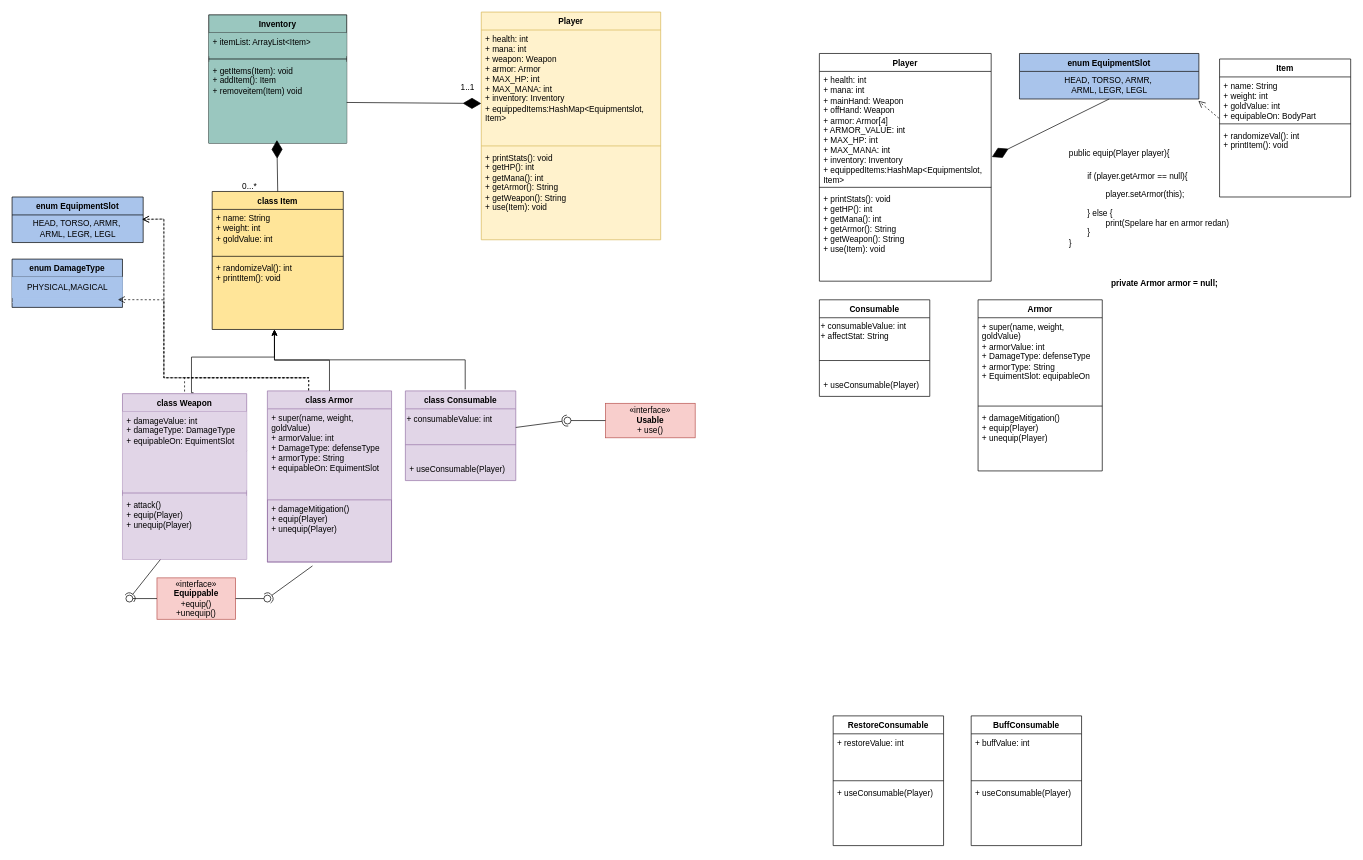
Earlier version of the draw.io diagram .idea/ooad-uml-diagram.drawio (PelleHanspers/ooad-individuell-uppgift-pellehanspers). Source tidied: cells renumbered, new cells numbered last; positions are measured from the earlier drawing's top-left corner, leaving out a move shared by most shapes. Both pictures are drawn from the tidied source at 69%, with x=0, y=0 at pixel (12, 12).
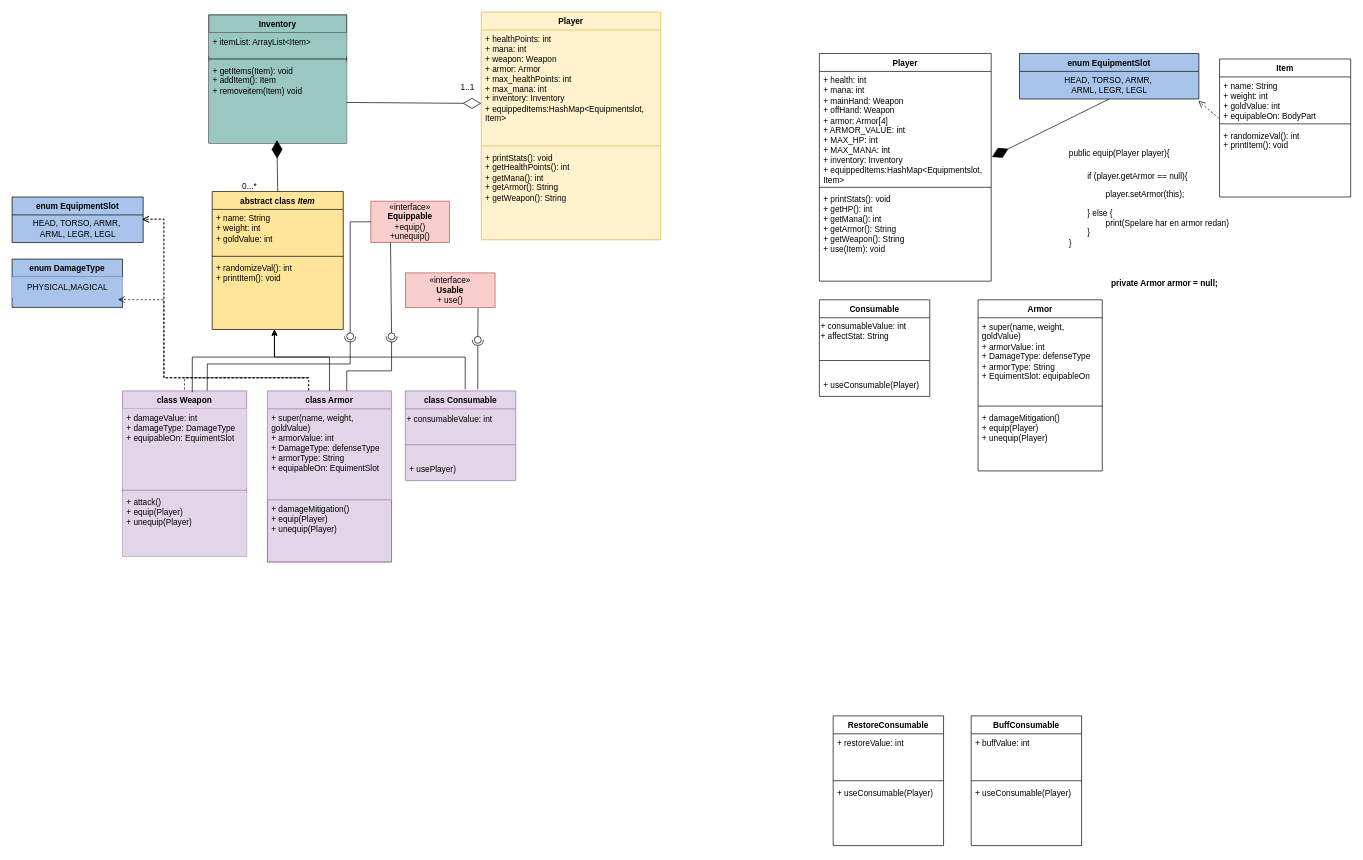
After the change.

The change refers to these unchanged cells:
```xml
<mxCell id="5" value="&lt;div&gt;&lt;span style=&quot;background-color: initial; color: rgb(0, 0, 0); --darkreader-inline-bgcolor: initial; --darkreader-inline-color: #e8e6e3;&quot;&gt;+ getItems(Item): void&lt;/span&gt;&lt;br&gt;&lt;/div&gt;&lt;div&gt;+ addItem(): Item&lt;br&gt;&lt;/div&gt;&lt;div&gt;+ removeitem(Item) void&lt;br&gt;&lt;/div&gt;" style="text;strokeColor=none;fillColor=#9AC7BF;align=left;verticalAlign=top;spacingLeft=4;spacingRight=4;overflow=hidden;points=[[0,0.5],[1,0.5]];portConstraint=eastwest;whiteSpace=wrap;html=1;" parent="2" vertex="1">
  <mxGeometry y="68" width="200" height="118" as="geometry" />
</mxCell>
<mxCell id="9" value="&lt;div&gt;+ randomizeVal(): int&lt;/div&gt;&lt;div&gt;+ printItem(): void&lt;/div&gt;" style="text;strokeColor=none;fillColor=none;align=left;verticalAlign=top;spacingLeft=4;spacingRight=4;overflow=hidden;points=[[0,0.5],[1,0.5]];portConstraint=eastwest;whiteSpace=wrap;html=1;" parent="6" vertex="1">
  <mxGeometry y="98" width="190" height="102" as="geometry" />
</mxCell>
<mxCell id="10" value="class Armor" style="swimlane;fontStyle=1;align=center;verticalAlign=top;horizontal=1;startSize=26;whiteSpace=wrap;html=1;fillColor=#e1d5e7;strokeColor=#9673a6;swimlaneFillColor=#E1D5E7;" parent="1" vertex="1">
  <mxGeometry x="370" y="549" width="180" height="248" as="geometry" />
</mxCell>
<mxCell id="13" value="&lt;div&gt;+ damageMitigation()&lt;br&gt;&lt;/div&gt;&lt;div&gt;&lt;div&gt;+ equip(Player)&lt;/div&gt;&lt;div&gt;+ unequip(Player)&lt;/div&gt;&lt;/div&gt;" style="text;strokeColor=#9673A6;fillColor=none;align=left;verticalAlign=top;spacingLeft=4;spacingRight=4;overflow=hidden;points=[[0,0.5],[1,0.5]];portConstraint=eastwest;whiteSpace=wrap;html=1;" parent="10" vertex="1">
  <mxGeometry y="158" width="180" height="90" as="geometry" />
</mxCell>
<mxCell id="14" value="class Consumable" style="swimlane;fontStyle=1;align=center;verticalAlign=top;horizontal=1;startSize=26;whiteSpace=wrap;html=1;fillColor=#e1d5e7;strokeColor=#9673a6;swimlaneFillColor=#E1D5E7;" parent="1" vertex="1">
  <mxGeometry x="570" y="549" width="160" height="130" as="geometry" />
</mxCell>
<mxCell id="40" value="&lt;div&gt;+ damageValue: int&lt;/div&gt;&lt;div&gt;+ damageType: DamageType&lt;/div&gt;&lt;div&gt;+ equipableOn: EquimentSlot&lt;br&gt;&lt;/div&gt;&lt;div&gt;&lt;br&gt;&lt;/div&gt;" style="text;strokeColor=none;fillColor=#E1D5E7;align=left;verticalAlign=top;spacingLeft=4;spacingRight=4;overflow=hidden;points=[[0,0.5],[1,0.5]];portConstraint=eastwest;whiteSpace=wrap;html=1;" parent="39" vertex="1">
  <mxGeometry y="26" width="180" height="114" as="geometry" />
</mxCell>
<mxCell id="43" value="Player" style="swimlane;fontStyle=1;align=center;verticalAlign=top;horizontal=1;startSize=26;whiteSpace=wrap;html=1;fillColor=#fff2cc;strokeColor=#d6b656;swimlaneFillColor=#FFF2CC;" parent="1" vertex="1">
  <mxGeometry x="680" width="260" height="330" as="geometry" />
</mxCell>
<mxCell id="79" value="&lt;div align=&quot;center&quot;&gt;HEAD, TORSO, ARMR,&amp;nbsp;&lt;/div&gt;&lt;div align=&quot;center&quot;&gt;ARML, LEGR, LEGL&lt;/div&gt;" style="text;html=1;align=center;verticalAlign=middle;points=[];strokeColor=none;fillColor=none;" parent="78" vertex="1">
  <mxGeometry y="26" width="190" height="40" as="geometry" />
</mxCell>
```

The edit, as a diff of the source:
```diff
@@
-    <mxCell id="6" value="class Item" style="swimlane;fontStyle=1;align=center;verticalAlign=top;horizontal=1;startSize=26;whiteSpace=wrap;html=1;fillColor=#FFE599;swimlaneFillColor=#FFE599;" parent="1" vertex="1">
+    <mxCell id="6" value="abstract class &lt;i&gt;Item&lt;/i&gt;" style="swimlane;fontStyle=1;align=center;verticalAlign=top;horizontal=1;startSize=26;whiteSpace=wrap;html=1;fillColor=#FFE599;swimlaneFillColor=#FFE599;" parent="1" vertex="1">
       <mxGeometry x="290" y="260" width="190" height="200" as="geometry" />
     </mxCell>
@@
-    <mxCell id="17" value="+ useConsumable(Player)" style="text;strokeColor=none;fillColor=none;align=left;verticalAlign=top;spacingLeft=4;spacingRight=4;overflow=hidden;whiteSpace=wrap;html=1;" parent="14" vertex="1">
+    <mxCell id="17" value="+ usePlayer)" style="text;strokeColor=none;fillColor=none;align=left;verticalAlign=top;spacingLeft=4;spacingRight=4;overflow=hidden;whiteSpace=wrap;html=1;" parent="14" vertex="1">
       <mxGeometry y="100" width="160" height="30" as="geometry" />
     </mxCell>
     <mxCell id="18" value="«interface»&lt;br&gt;&lt;b&gt;Equippable&lt;/b&gt;&lt;div&gt;+equip()&lt;/div&gt;&lt;div&gt;+unequip()&lt;/div&gt;" style="html=1;whiteSpace=wrap;fillColor=#f8cecc;strokeColor=#b85450;" parent="1" vertex="1">
-      <mxGeometry x="210" y="820" width="114" height="60" as="geometry" />
+      <mxGeometry x="520" y="274" width="114" height="60" as="geometry" />
     </mxCell>
     <mxCell id="19" value="«interface»&lt;br&gt;&lt;div&gt;&lt;b&gt;Usable&lt;br&gt;&lt;/b&gt;&lt;/div&gt;&lt;div&gt;+ use()&lt;/div&gt;" style="html=1;whiteSpace=wrap;fillColor=#f8cecc;strokeColor=#b85450;" parent="1" vertex="1">
-      <mxGeometry x="860" y="567" width="130" height="50" as="geometry" />
+      <mxGeometry x="570" y="378" width="130" height="50" as="geometry" />
     </mxCell>
     <mxCell id="20" style="edgeStyle=orthogonalEdgeStyle;rounded=0;jettySize=auto;html=1;entryX=0.475;entryY=1.004;entryDx=0;entryDy=0;entryPerimeter=0;" parent="1" edge="1" source="10" target="9">
-      <mxGeometry relative="1" as="geometry" />
+      <mxGeometry relative="1" as="geometry">
+        <Array as="points">
+          <mxPoint x="460" y="500" />
+          <mxPoint x="380" y="500" />
+        </Array>
+      </mxGeometry>
     </mxCell>
@@
-    <mxCell id="22" style="rounded=0;jettySize=auto;html=1;endArrow=halfCircle;endFill=0;endSize=6;strokeWidth=1;sketch=0;exitX=1;exitY=0.5;exitDx=0;exitDy=0;entryX=0.129;entryY=0.643;entryDx=0;entryDy=0;entryPerimeter=0;" parent="1" edge="1" target="24">
-      <mxGeometry relative="1" as="geometry">
-        <mxPoint x="730" y="602" as="sourcePoint" />
-      </mxGeometry>
+    <mxCell id="22" style="rounded=0;jettySize=auto;html=1;endArrow=halfCircle;endFill=0;endSize=6;strokeWidth=1;sketch=0;exitX=0.656;exitY=-0.017;exitDx=0;exitDy=0;entryX=0.129;entryY=0.643;entryDx=0;entryDy=0;entryPerimeter=0;exitPerimeter=0;" parent="1" edge="1" source="14" target="24">
+      <mxGeometry relative="1" as="geometry" />
     </mxCell>
-    <mxCell id="23" style="rounded=0;jettySize=auto;html=1;endArrow=oval;endFill=0;sketch=0;sourcePerimeterSpacing=0;targetPerimeterSpacing=0;endSize=10;exitX=0;exitY=0.5;exitDx=0;exitDy=0;entryX=0.67;entryY=0.848;entryDx=0;entryDy=0;entryPerimeter=0;" parent="1" edge="1" source="19" target="24">
+    <mxCell id="23" style="rounded=0;jettySize=auto;html=1;endArrow=oval;endFill=0;sketch=0;sourcePerimeterSpacing=0;targetPerimeterSpacing=0;endSize=10;exitX=0.81;exitY=1.023;exitDx=0;exitDy=0;entryX=0.67;entryY=0.848;entryDx=0;entryDy=0;entryPerimeter=0;exitPerimeter=0;" parent="1" edge="1" source="19" target="24">
       <mxGeometry relative="1" as="geometry" />
     </mxCell>
     <mxCell id="24" style="ellipse;whiteSpace=wrap;html=1;align=center;fillColor=none;strokeColor=none;perimeter=centerPerimeter;points=[];outlineConnect=1;" parent="1" vertex="1">
-      <mxGeometry x="800" y="587" width="10" height="10" as="geometry" />
+      <mxGeometry x="670" y="470" width="10" height="10" as="geometry" />
     </mxCell>
-    <mxCell id="25" style="rounded=0;jettySize=auto;html=1;endArrow=halfCircle;endFill=0;endSize=6;strokeWidth=1;sketch=0;exitX=0.363;exitY=1.063;exitDx=0;exitDy=0;exitPerimeter=0;" parent="1" edge="1" source="13">
+    <mxCell id="25" style="rounded=0;orthogonalLoop=1;jettySize=auto;html=1;endArrow=halfCircle;endFill=0;endSize=6;strokeWidth=1;sketch=0;exitX=0.652;exitY=0.001;exitDx=0;exitDy=0;exitPerimeter=0;" parent="1" edge="1">
       <mxGeometry relative="1" as="geometry">
-        <mxPoint x="370" y="850" as="targetPoint" />
+        <mxPoint x="485" y="549" as="sourcePoint" />
+        <mxPoint x="550" y="470" as="targetPoint" />
+        <Array as="points">
+          <mxPoint x="485" y="520" />
+          <mxPoint x="550" y="520" />
+        </Array>
       </mxGeometry>
     </mxCell>
-    <mxCell id="26" style="rounded=0;jettySize=auto;html=1;endArrow=oval;endFill=0;sketch=0;sourcePerimeterSpacing=0;targetPerimeterSpacing=0;endSize=10;exitX=1;exitY=0.5;exitDx=0;exitDy=0;" parent="1" edge="1" source="18">
+    <mxCell id="26" style="rounded=0;jettySize=auto;html=1;endArrow=oval;endFill=0;sketch=0;sourcePerimeterSpacing=0;targetPerimeterSpacing=0;endSize=10;exitX=0.25;exitY=1;exitDx=0;exitDy=0;" parent="1" edge="1" source="18">
       <mxGeometry relative="1" as="geometry">
-        <mxPoint x="370" y="850" as="targetPoint" />
+        <mxPoint x="550" y="470" as="targetPoint" />
       </mxGeometry>
     </mxCell>
@@
-    <mxCell id="28" style="rounded=0;jettySize=auto;html=1;endArrow=halfCircle;endFill=0;endSize=6;strokeWidth=1;sketch=0;exitX=1;exitY=0.5;exitDx=0;exitDy=0;" parent="1" edge="1" source="40">
+    <mxCell id="28" style="rounded=0;jettySize=auto;html=1;endArrow=halfCircle;endFill=0;endSize=6;strokeWidth=1;sketch=0;exitX=0.682;exitY=0.005;exitDx=0;exitDy=0;exitPerimeter=0;" parent="1" edge="1" source="39">
       <mxGeometry relative="1" as="geometry">
-        <mxPoint x="170" y="850" as="targetPoint" />
+        <mxPoint x="490" y="470" as="targetPoint" />
+        <Array as="points">
+          <mxPoint x="283" y="510" />
+          <mxPoint x="490" y="510" />
+        </Array>
       </mxGeometry>
     </mxCell>
     <mxCell id="29" style="rounded=0;jettySize=auto;html=1;endArrow=oval;endFill=0;sketch=0;sourcePerimeterSpacing=0;targetPerimeterSpacing=0;endSize=10;exitX=0;exitY=0.5;exitDx=0;exitDy=0;" parent="1" edge="1" source="18">
       <mxGeometry relative="1" as="geometry">
-        <mxPoint x="170" y="850" as="targetPoint" />
+        <mxPoint x="490" y="470" as="targetPoint" />
+        <Array as="points">
+          <mxPoint x="490" y="304" />
+        </Array>
       </mxGeometry>
     </mxCell>
@@
     <mxCell id="39" value="class Weapon" style="swimlane;fontStyle=1;align=center;verticalAlign=top;horizontal=1;startSize=26;whiteSpace=wrap;html=1;fillColor=#E1D5E7;swimlaneFillColor=#E1D5E7;strokeColor=#9673A6;" parent="1" vertex="1">
-      <mxGeometry x="160" y="553" width="180" height="240" as="geometry" />
+      <mxGeometry x="160" y="549" width="180" height="240" as="geometry" />
     </mxCell>
@@
-    <mxCell id="44" value="+ health: int&lt;div&gt;+ mana: int&lt;/div&gt;&lt;div&gt;+ weapon: Weapon&lt;/div&gt;&lt;div&gt;+ armor: Armor&lt;/div&gt;&lt;div&gt;+ MAX_HP: int&lt;/div&gt;&lt;div&gt;+ MAX_MANA: int&lt;/div&gt;&lt;div&gt;+ inventory: Inventory&lt;/div&gt;&lt;div&gt;&lt;div&gt;+ equippedItems:HashMap&amp;lt;Equipmentslot, Item&amp;gt;&lt;/div&gt;&lt;/div&gt;" style="text;strokeColor=none;fillColor=none;align=left;verticalAlign=top;spacingLeft=4;spacingRight=4;overflow=hidden;points=[[0,0.5],[1,0.5]];portConstraint=eastwest;whiteSpace=wrap;html=1;" parent="43" vertex="1">
+    <mxCell id="44" value="+ healthPoints: int&lt;div&gt;+ mana: int&lt;/div&gt;&lt;div&gt;+ weapon: Weapon&lt;/div&gt;&lt;div&gt;+ armor: Armor&lt;/div&gt;&lt;div&gt;+ max_healthPoints: int&lt;/div&gt;&lt;div&gt;+ max_mana: int&lt;/div&gt;&lt;div&gt;+ inventory: Inventory&lt;/div&gt;&lt;div&gt;&lt;div&gt;+ equippedItems:HashMap&amp;lt;Equipmentslot, Item&amp;gt;&lt;/div&gt;&lt;/div&gt;" style="text;strokeColor=none;fillColor=none;align=left;verticalAlign=top;spacingLeft=4;spacingRight=4;overflow=hidden;points=[[0,0.5],[1,0.5]];portConstraint=eastwest;whiteSpace=wrap;html=1;" parent="43" vertex="1">
       <mxGeometry y="26" width="260" height="164" as="geometry" />
     </mxCell>
@@
-    <mxCell id="46" value="+ printStats(): void&lt;div&gt;+ getHP(): int&lt;/div&gt;&lt;div&gt;+ getMana(): int&lt;/div&gt;&lt;div&gt;+ getArmor(): String&lt;/div&gt;&lt;div&gt;+ getWeapon(): String&lt;/div&gt;&lt;div&gt;+ use(Item): void&lt;/div&gt;" style="text;strokeColor=none;fillColor=none;align=left;verticalAlign=top;spacingLeft=4;spacingRight=4;overflow=hidden;whiteSpace=wrap;html=1;" parent="43" vertex="1">
+    <mxCell id="46" value="+ printStats(): void&lt;div&gt;+ getHealthPoints(): int&lt;/div&gt;&lt;div&gt;+ getMana(): int&lt;/div&gt;&lt;div&gt;+ getArmor(): String&lt;/div&gt;&lt;div&gt;+ getWeapon(): String&lt;/div&gt;" style="text;strokeColor=none;fillColor=none;align=left;verticalAlign=top;spacingLeft=4;spacingRight=4;overflow=hidden;whiteSpace=wrap;html=1;" parent="43" vertex="1">
       <mxGeometry y="198" width="260" height="132" as="geometry" />
     </mxCell>
-    <mxCell id="47" style="endArrow=diamondThin;endFill=1;endSize=24;html=1;rounded=0;entryX=0;entryY=0.649;entryDx=0;entryDy=0;entryPerimeter=0;exitX=1;exitY=0.5;exitDx=0;exitDy=0;" parent="1" edge="1" source="5" target="44">
+    <mxCell id="47" style="endArrow=diamondThin;endFill=0;endSize=24;html=1;rounded=0;entryX=0;entryY=0.649;entryDx=0;entryDy=0;entryPerimeter=0;exitX=1;exitY=0.5;exitDx=0;exitDy=0;" parent="1" edge="1" source="5" target="44">
       <mxGeometry relative="1" as="geometry" />
     </mxCell>
@@
     <mxCell id="76" style="edgeStyle=orthogonalEdgeStyle;rounded=0;jettySize=auto;html=1;entryX=0.475;entryY=1.004;entryDx=0;entryDy=0;entryPerimeter=0;exitX=0.542;exitY=-0.017;exitDx=0;exitDy=0;exitPerimeter=0;" parent="1" edge="1" source="14" target="9">
       <mxGeometry relative="1" as="geometry">
         <Array as="points">
-          <mxPoint x="657" y="504" />
-          <mxPoint x="380" y="504" />
+          <mxPoint x="657" y="500" />
+          <mxPoint x="380" y="500" />
         </Array>
       </mxGeometry>
     </mxCell>
-    <mxCell id="77" style="edgeStyle=orthogonalEdgeStyle;rounded=0;jettySize=auto;html=1;entryX=0.475;entryY=1.004;entryDx=0;entryDy=0;entryPerimeter=0;exitX=0.572;exitY=-0.006;exitDx=0;exitDy=0;exitPerimeter=0;" parent="1" edge="1" source="39" target="9">
+    <mxCell id="77" style="edgeStyle=orthogonalEdgeStyle;rounded=0;jettySize=auto;html=1;entryX=0.475;entryY=1.004;entryDx=0;entryDy=0;entryPerimeter=0;exitX=0.562;exitY=0.008;exitDx=0;exitDy=0;exitPerimeter=0;" parent="1" edge="1" source="39" target="9">
       <mxGeometry relative="1" as="geometry">
         <Array as="points">
-          <mxPoint x="260" y="552" />
-          <mxPoint x="260" y="500" />
+          <mxPoint x="261" y="500" />
           <mxPoint x="380" y="500" />
         </Array>
       </mxGeometry>
     </mxCell>
@@
-    <mxCell id="81" style="html=1;verticalAlign=bottom;endArrow=open;dashed=1;endSize=8;curved=0;rounded=0;entryX=0.992;entryY=0.16;entryDx=0;entryDy=0;entryPerimeter=0;" parent="1" edge="1" target="79">
+    <mxCell id="81" style="html=1;verticalAlign=bottom;endArrow=open;dashed=1;endSize=8;curved=0;rounded=0;entryX=0.992;entryY=0.16;entryDx=0;entryDy=0;entryPerimeter=0;exitX=0.499;exitY=-0.008;exitDx=0;exitDy=0;exitPerimeter=0;" parent="1" edge="1" source="39" target="79">
       <mxGeometry relative="1" as="geometry">
-        <mxPoint x="250" y="550" as="sourcePoint" />
         <Array as="points">
           <mxPoint x="250" y="530" />
           <mxPoint x="430" y="530" />
           <mxPoint x="220" y="530" />
           <mxPoint x="220" y="417" />
           <mxPoint x="220" y="380" />
           <mxPoint x="220" y="300" />
         </Array>
       </mxGeometry>
     </mxCell>
```
